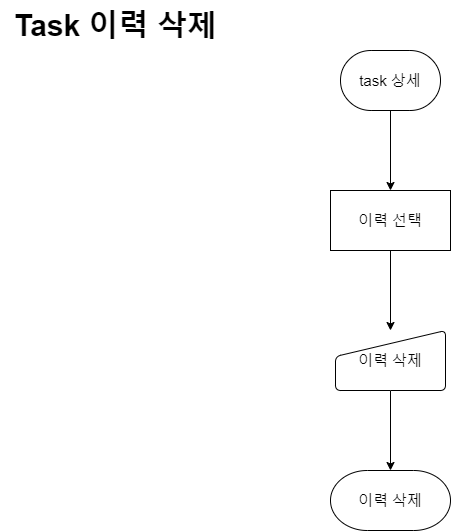
The draw.io diagram timetodo-flowchart/task history deletion.png in MEOHIN/todo-pe, before a commit. Source tidied: cells renumbered, new cells last; positions are measured from the earlier drawing's top-left corner, leaving out a move shared by most shapes.
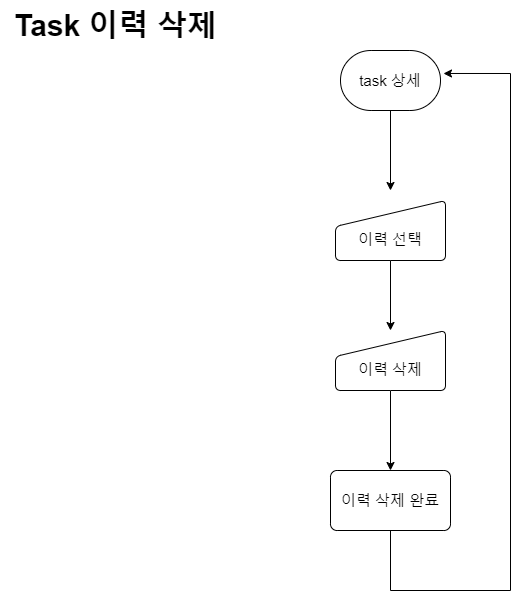
After the commit.

Diff of the diagram source:
```diff
@@ -5,26 +5,39 @@
     <mxCell id="2" value="&lt;span style=&quot;font-size: 30px;&quot;&gt;Task 이력 삭제&lt;/span&gt;" style="text;html=1;align=center;verticalAlign=middle;strokeColor=none;fillColor=none;fontStyle=1;fontSize=30;" parent="1" vertex="1">
       <mxGeometry width="230" height="50" as="geometry" />
     </mxCell>
-    <mxCell id="3" style="edgeStyle=orthogonalEdgeStyle;rounded=0;jettySize=auto;html=1;" parent="1" edge="1" source="4" target="9">
-      <mxGeometry relative="1" as="geometry" />
+    <mxCell id="3" style="edgeStyle=orthogonalEdgeStyle;rounded=0;jettySize=auto;html=1;" parent="1" edge="1" source="4">
+      <mxGeometry relative="1" as="geometry">
+        <mxPoint x="390" y="190" as="targetPoint" />
+      </mxGeometry>
     </mxCell>
     <mxCell id="4" value="task 상세" style="strokeWidth=1;html=1;shape=mxgraph.flowchart.terminator;whiteSpace=wrap;fontSize=15;" parent="1" vertex="1">
       <mxGeometry x="340" y="50" width="100" height="60" as="geometry" />
     </mxCell>
-    <mxCell id="5" style="edgeStyle=orthogonalEdgeStyle;rounded=0;jettySize=auto;html=1;" parent="1" edge="1" source="6" target="7">
-      <mxGeometry relative="1" as="geometry" />
-    </mxCell>
+    <mxCell id="10" style="edgeStyle=orthogonalEdgeStyle;rounded=0;jettySize=auto;html=1;" parent="1" edge="1" source="6" target="12">
+      <mxGeometry relative="1" as="geometry" />
+    </mxCell>
-    <mxCell id="6" value="이력 삭제" style="html=1;strokeWidth=1;shape=manualInput;whiteSpace=wrap;rounded=1;size=26;arcSize=11;fontSize=15;align=center;" parent="1" vertex="1">
+    <mxCell id="6" value="&lt;br&gt;이력 삭제" style="html=1;strokeWidth=1;shape=manualInput;whiteSpace=wrap;rounded=1;size=26;arcSize=11;fontSize=15;align=center;" parent="1" vertex="1">
       <mxGeometry x="335" y="330" width="110" height="60" as="geometry" />
     </mxCell>
-    <mxCell id="7" value="이력 삭제" style="strokeWidth=1;html=1;shape=mxgraph.flowchart.terminator;whiteSpace=wrap;fontSize=15;" parent="1" vertex="1">
-      <mxGeometry x="330" y="470" width="120" height="60" as="geometry" />
-    </mxCell>
-    <mxCell id="8" style="edgeStyle=orthogonalEdgeStyle;rounded=0;jettySize=auto;html=1;" parent="1" edge="1" source="9" target="6">
-      <mxGeometry relative="1" as="geometry" />
+    <mxCell id="8" style="edgeStyle=orthogonalEdgeStyle;rounded=0;jettySize=auto;html=1;" parent="1" edge="1" target="6">
+      <mxGeometry relative="1" as="geometry">
+        <mxPoint x="390" y="250" as="sourcePoint" />
+      </mxGeometry>
     </mxCell>
+    <mxCell id="11" style="edgeStyle=orthogonalEdgeStyle;rounded=0;jettySize=auto;html=1;exitX=0.5;exitY=1;exitDx=0;exitDy=0;entryX=1.03;entryY=0.383;entryDx=0;entryDy=0;entryPerimeter=0;" parent="1" edge="1" source="12" target="4">
+      <mxGeometry relative="1" as="geometry">
+        <Array as="points">
+          <mxPoint x="390" y="590" />
+          <mxPoint x="510" y="590" />
+          <mxPoint x="510" y="73" />
+        </Array>
+      </mxGeometry>
+    </mxCell>
+    <mxCell id="12" value="이력 삭제 완료" style="whiteSpace=wrap;html=1;fontSize=15;strokeWidth=1;rounded=1;arcSize=11;" parent="1" vertex="1">
+      <mxGeometry x="330" y="470" width="120" height="60" as="geometry" />
+    </mxCell>
-    <mxCell id="9" value="이력 선택" style="whiteSpace=wrap;html=1;fontSize=15;strokeWidth=1;" parent="1" vertex="1">
-      <mxGeometry x="330" y="190" width="120" height="60" as="geometry" />
+    <mxCell id="9" value="&lt;br&gt;이력 선택" style="html=1;strokeWidth=1;shape=manualInput;whiteSpace=wrap;rounded=1;size=26;arcSize=11;fontSize=15;align=center;" parent="1" vertex="1">
+      <mxGeometry x="335" y="200" width="110" height="60" as="geometry" />
     </mxCell>
   </root>
 </mxGraphModel>
```
